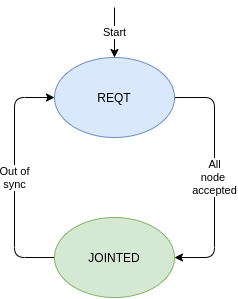
tuannv-github/uwb-ips keeps this draw.io diagram as reports/03_firmware/img/tdma_state_diagram.png. Above is the earlier version. Source tidied: cells renumbered, new cells last; positions are measured from the earlier drawing's top-left corner, leaving out a move shared by most shapes.
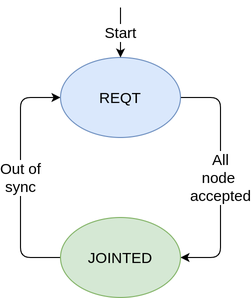
After the change.

Diff of the diagram source:
```diff
@@ -2,7 +2,7 @@
   <root>
     <mxCell id="0" />
     <mxCell id="1" parent="0" />
-    <mxCell id="2" value="Out of&lt;br&gt;sync" style="endArrow=classic;html=1;entryX=0;entryY=0.5;entryDx=0;entryDy=0;" parent="1" edge="1" source="5" target="4">
+    <mxCell id="2" value="&lt;font style=&quot;font-size: 15px&quot;&gt;Out of&lt;br&gt;sync&lt;/font&gt;" style="endArrow=classic;html=1;entryX=0;entryY=0.5;entryDx=0;entryDy=0;" parent="1" edge="1" source="5" target="4">
       <mxGeometry relative="1" as="geometry">
         <Array as="points">
           <mxPoint y="250" />
@@ -10,7 +10,7 @@
         </Array>
       </mxGeometry>
     </mxCell>
-    <mxCell id="3" value="All&lt;br&gt;node&amp;nbsp;&lt;br&gt;accepted" style="endArrow=classic;html=1;exitX=1;exitY=0.5;exitDx=0;exitDy=0;entryX=1;entryY=0.5;entryDx=0;entryDy=0;" parent="1" edge="1" source="4" target="5">
+    <mxCell id="3" value="&lt;font style=&quot;font-size: 15px&quot;&gt;All&lt;br&gt;node&amp;nbsp;&lt;br&gt;accepted&lt;/font&gt;" style="endArrow=classic;html=1;exitX=1;exitY=0.5;exitDx=0;exitDy=0;entryX=1;entryY=0.5;entryDx=0;entryDy=0;" parent="1" edge="1" source="4" target="5">
       <mxGeometry relative="1" as="geometry">
         <Array as="points">
           <mxPoint x="200" y="90" />
@@ -18,13 +18,13 @@
         </Array>
       </mxGeometry>
     </mxCell>
-    <mxCell id="4" value="REQT" style="ellipse;whiteSpace=wrap;html=1;fillColor=#dae8fc;strokeColor=#6c8ebf;" parent="1" vertex="1">
+    <mxCell id="4" value="&lt;font style=&quot;font-size: 15px&quot;&gt;REQT&lt;/font&gt;" style="ellipse;whiteSpace=wrap;html=1;fillColor=#dae8fc;strokeColor=#6c8ebf;" parent="1" vertex="1">
       <mxGeometry x="40" y="50" width="120" height="80" as="geometry" />
     </mxCell>
-    <mxCell id="5" value="JOINTED" style="ellipse;whiteSpace=wrap;html=1;fillColor=#d5e8d4;strokeColor=#82b366;" parent="1" vertex="1">
+    <mxCell id="5" value="&lt;font style=&quot;font-size: 15px&quot;&gt;JOINTED&lt;/font&gt;" style="ellipse;whiteSpace=wrap;html=1;fillColor=#d5e8d4;strokeColor=#82b366;" parent="1" vertex="1">
       <mxGeometry x="40" y="210" width="120" height="80" as="geometry" />
     </mxCell>
-    <mxCell id="6" value="Start" style="endArrow=classic;html=1;" parent="1" edge="1" target="4">
+    <mxCell id="6" value="&lt;font style=&quot;font-size: 15px&quot;&gt;Start&lt;/font&gt;" style="endArrow=classic;html=1;" parent="1" edge="1" target="4">
       <mxGeometry relative="1" as="geometry">
         <mxPoint x="100" as="sourcePoint" />
       </mxGeometry>
```
